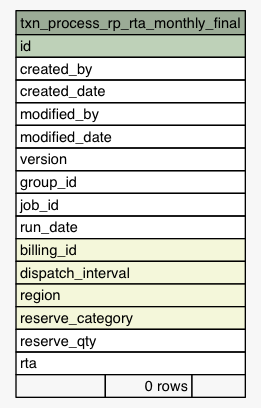
This is Data/settlement/diagrams/summary/txn_process_rp_rta_monthly_final.1degree.png from eyana-m/python-data-dictionary-writer, a Graphviz export, as it was before one commit. Its source is kept beside it as Data/settlement/diagrams/summary/txn_process_rp_rta_monthly_final.1degree.dot.
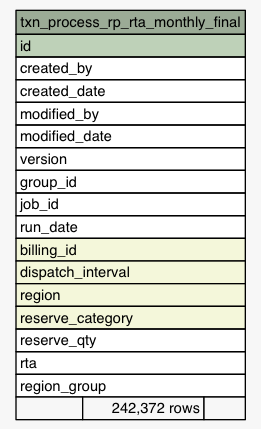
The same file after the commit.

What changed in the source:
```diff
@@ -34,7 +34,8 @@
       <TR><TD PORT="reserve_category" COLSPAN="3" BGCOLOR="#f4f7da" ALIGN="LEFT">reserve_category</TD></TR>
       <TR><TD PORT="reserve_qty" COLSPAN="3" ALIGN="LEFT">reserve_qty</TD></TR>
       <TR><TD PORT="rta" COLSPAN="3" ALIGN="LEFT">rta</TD></TR>
-      <TR><TD ALIGN="LEFT" BGCOLOR="#f7f7f7">  </TD><TD ALIGN="RIGHT" BGCOLOR="#f7f7f7">0 rows</TD><TD ALIGN="RIGHT" BGCOLOR="#f7f7f7">  </TD></TR>
+      <TR><TD PORT="region_group" COLSPAN="3" ALIGN="LEFT">region_group</TD></TR>
+      <TR><TD ALIGN="LEFT" BGCOLOR="#f7f7f7">  </TD><TD ALIGN="RIGHT" BGCOLOR="#f7f7f7">242,372 rows</TD><TD ALIGN="RIGHT" BGCOLOR="#f7f7f7">  </TD></TR>
     </TABLE>>
     URL="tables/txn_process_rp_rta_monthly_final.html"
     tooltip="txn_process_rp_rta_monthly_final"
```
